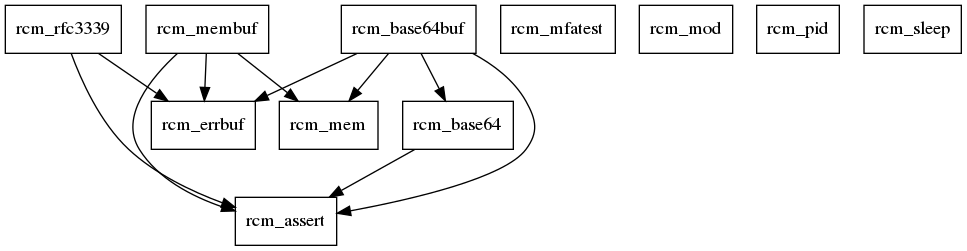
librcm/librcm keeps this Graphviz diagram as docs/module_deps.png. Above is the earlier version. Its source is kept beside it as docs/module_deps.dot.
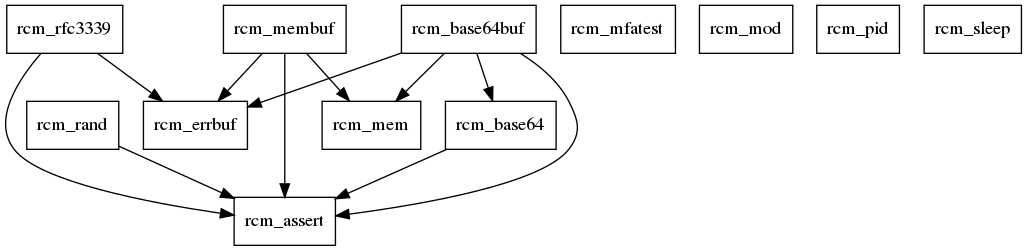
After the change.

What changed in the source:
```diff
@@ -8,6 +8,7 @@
   rcm_mfatest [shape=box]
   rcm_mod [shape=box]
   rcm_pid [shape=box]
+  rcm_rand [shape=box]
   rcm_rfc3339 [shape=box]
   rcm_sleep [shape=box]
   rcm_base64 -> rcm_assert
@@ -18,6 +19,7 @@
   rcm_membuf -> rcm_assert
   rcm_membuf -> rcm_errbuf
   rcm_membuf -> rcm_mem
+  rcm_rand -> rcm_assert
   rcm_rfc3339 -> rcm_assert
   rcm_rfc3339 -> rcm_errbuf
 }
```
